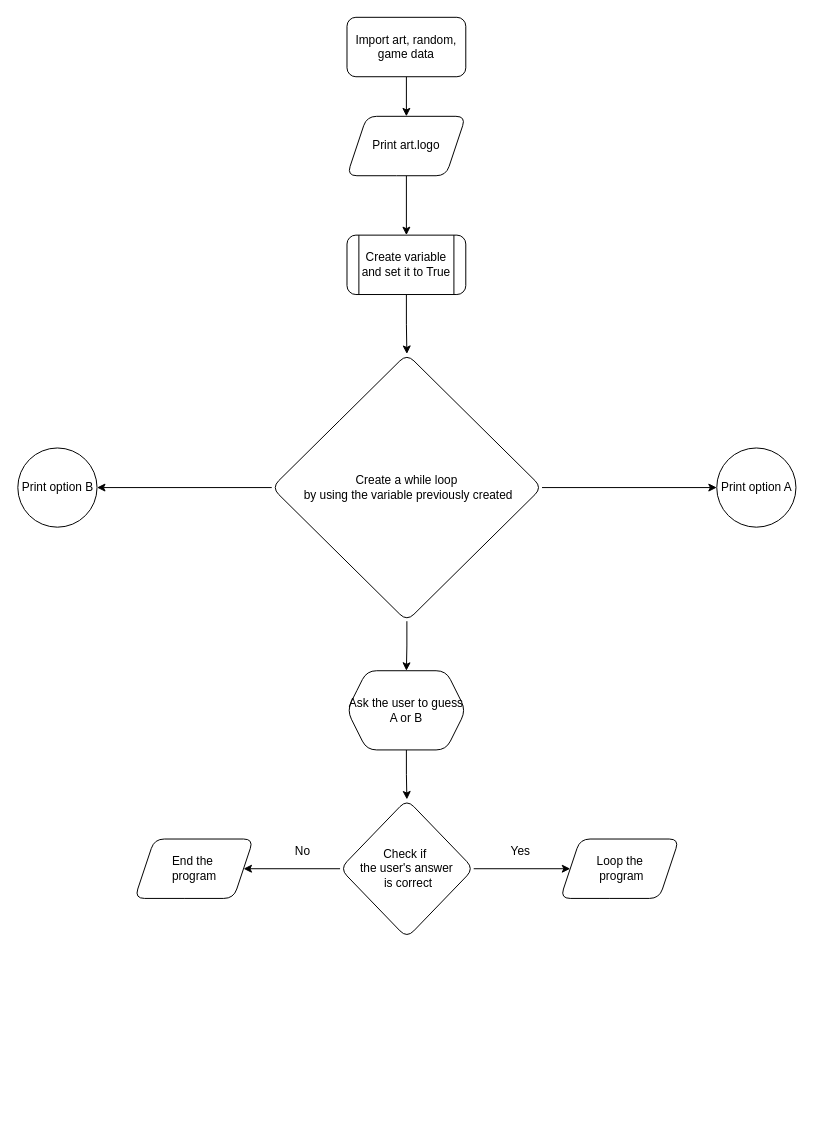
The draw.io diagram HighOrLowGame.drawio in Matasem-h/new_flowcharts, before the edit. Source tidied: cells renumbered, new cells numbered last; positions are measured from the earlier drawing's top-left corner, leaving out a move shared by most shapes. Both pictures are drawn from the tidied source at 99%, with x=0, y=0 at pixel (17, 17).
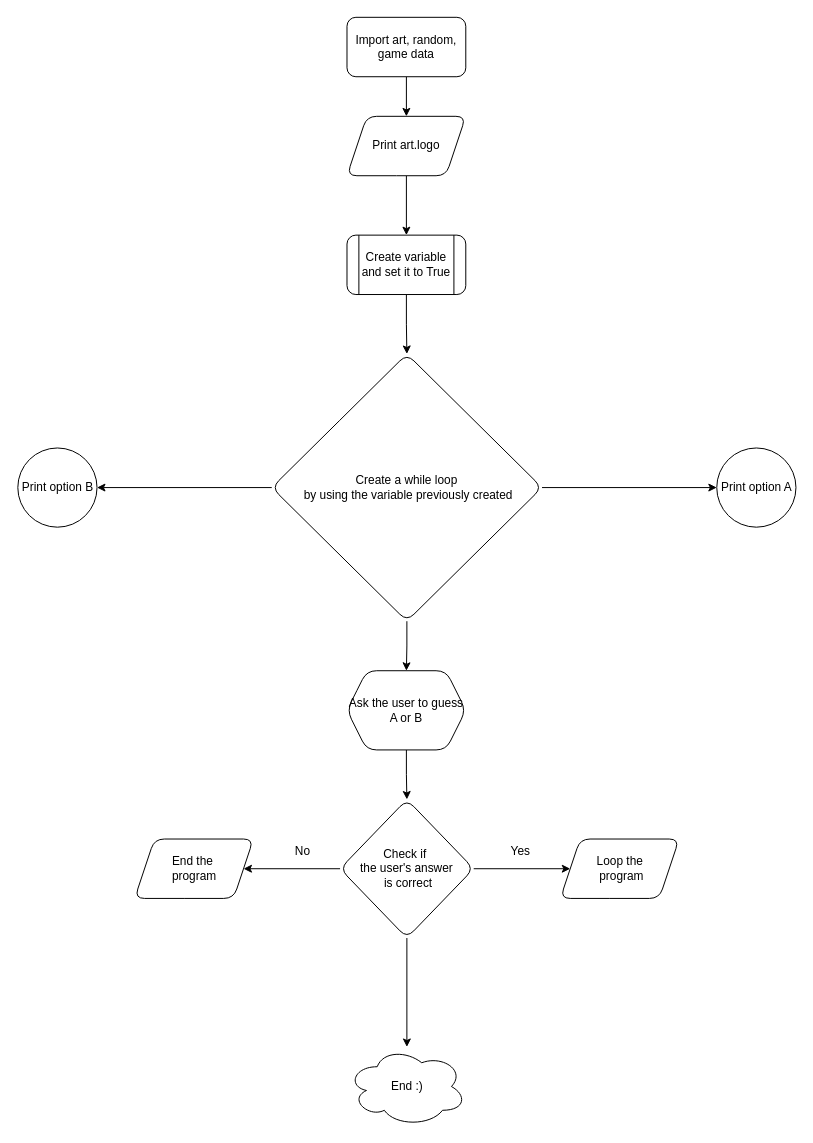
Above is the later version.

The change refers to these unchanged cells:
```xml
<mxCell id="18" value="&lt;div&gt;Check if&amp;nbsp;&lt;/div&gt;&lt;div&gt;the user's answer&lt;/div&gt;&lt;div&gt;&amp;nbsp;is correct&lt;/div&gt;" style="rhombus;whiteSpace=wrap;html=1;rounded=1;" parent="1" vertex="1">
  <mxGeometry x="326" y="790" width="135" height="140" as="geometry" />
</mxCell>
```

The edit, as a diff of the source:
```diff
@@
+    <mxCell id="23" style="edgeStyle=orthogonalEdgeStyle;rounded=0;jettySize=auto;html=1;" parent="1" edge="1" source="18" target="24">
+      <mxGeometry relative="1" as="geometry" />
+    </mxCell>
@@
+    <mxCell id="24" value="End :)" style="ellipse;shape=cloud;whiteSpace=wrap;html=1;rounded=1;" parent="1" vertex="1">
+      <mxGeometry x="333.5" y="1040" width="120" height="80" as="geometry" />
+    </mxCell>
```
